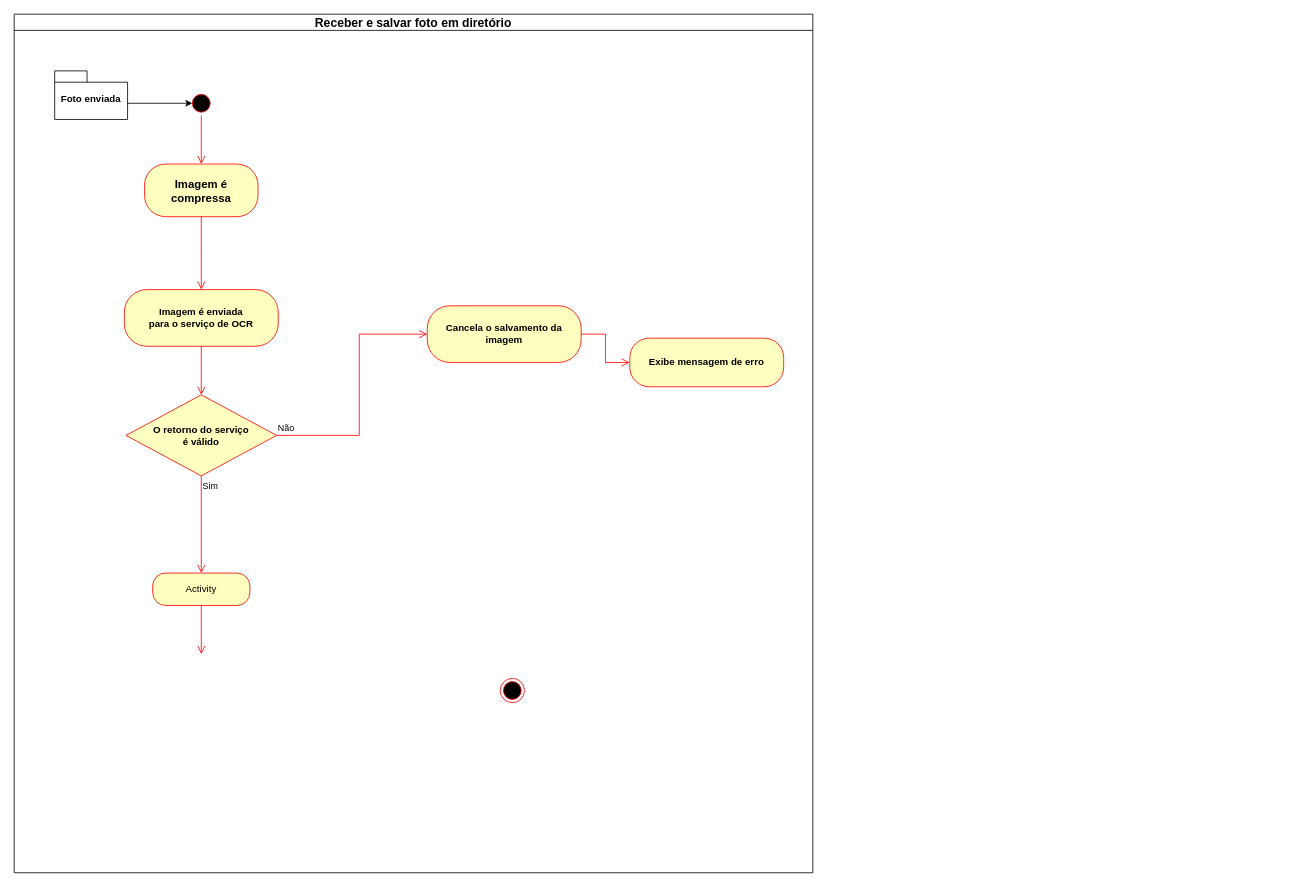
Earlier version of the draw.io diagram Atividade.drawio (zanellaz/javascripto). Source tidied: cells renumbered, new cells numbered last; positions are measured from the earlier drawing's top-left corner, leaving out a move shared by most shapes. Both pictures are drawn from the tidied source at 81%, with x=0, y=0 at pixel (14, 14).
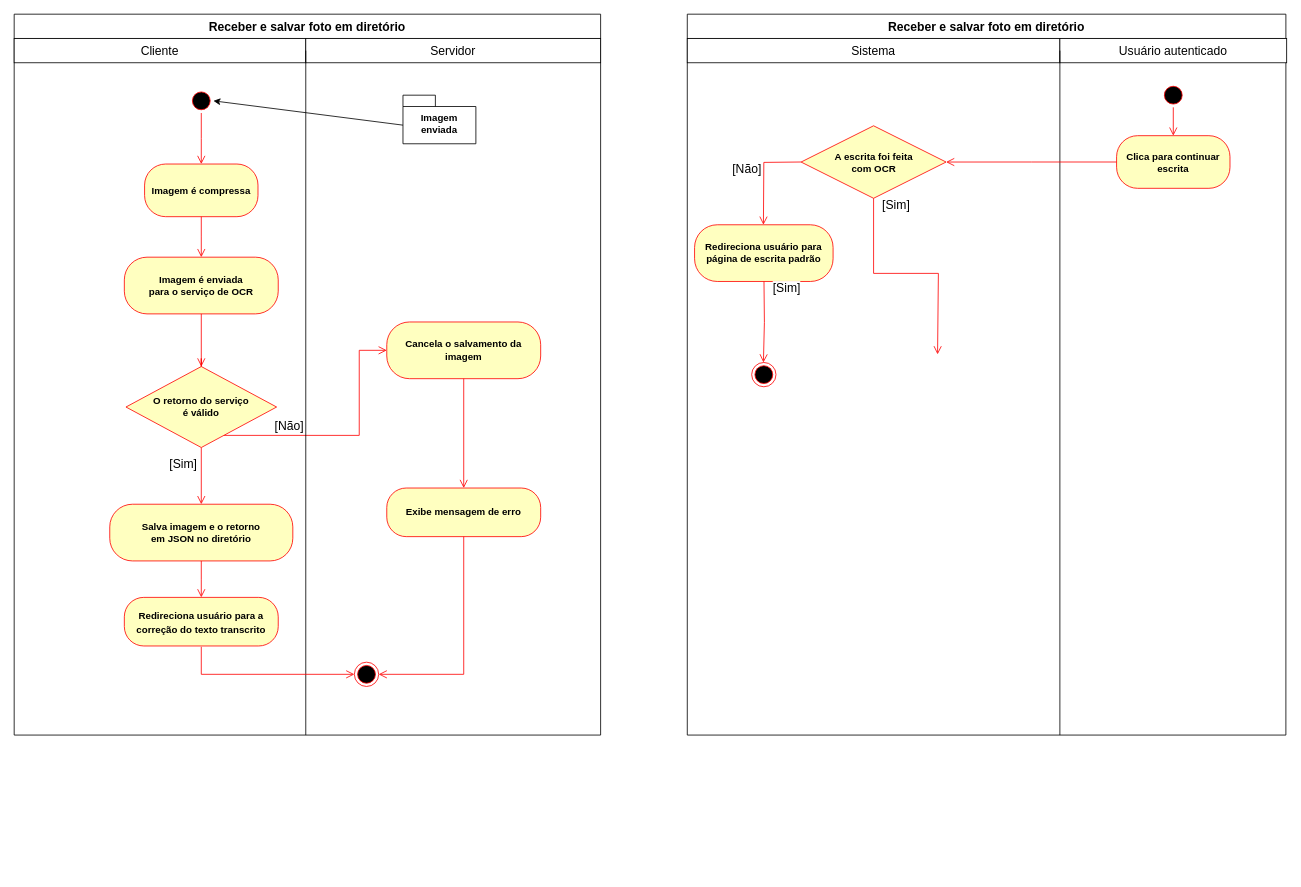
The same page after the edit.

Diff of the diagram source:
```diff
@@
-    <mxCell id="2" value="&lt;font style=&quot;font-size: 15px;&quot;&gt;Receber e salvar foto em diretório&lt;/font&gt;" style="swimlane;whiteSpace=wrap;html=1;startSize=20;" parent="1" vertex="1">
-      <mxGeometry width="986" height="1060" as="geometry" />
+    <mxCell id="2" value="&lt;font style=&quot;font-size: 15px;&quot;&gt;Receber e salvar foto em diretório&lt;/font&gt;" style="swimlane;whiteSpace=wrap;html=1;startSize=30;" parent="1" vertex="1">
+      <mxGeometry width="724" height="890" as="geometry" />
     </mxCell>
-    <mxCell id="3" value="Foto enviada " style="shape=folder;fontStyle=1;spacingTop=10;tabWidth=40;tabHeight=14;tabPosition=left;html=1;whiteSpace=wrap;" parent="2" vertex="1">
-      <mxGeometry x="50" y="70" width="90" height="60" as="geometry" />
+    <mxCell id="3" value="Imagem enviada " style="shape=folder;fontStyle=1;spacingTop=10;tabWidth=40;tabHeight=14;tabPosition=left;html=1;whiteSpace=wrap;" parent="2" vertex="1">
+      <mxGeometry x="480" y="100" width="90" height="60" as="geometry" />
     </mxCell>
     <mxCell id="4" style="ellipse;html=1;shape=startState;fillColor=#000000;strokeColor=#ff0000;" parent="2" vertex="1">
-      <mxGeometry x="216" y="95" width="30" height="30" as="geometry" />
+      <mxGeometry x="216" y="92" width="30" height="30" as="geometry" />
     </mxCell>
@@
-    <mxCell id="6" value="&lt;font style=&quot;font-size: 14px;&quot;&gt;&lt;b&gt;Imagem é compressa&lt;/b&gt;&lt;/font&gt;" style="rounded=1;whiteSpace=wrap;html=1;arcSize=40;fontColor=#000000;fillColor=#ffffc0;strokeColor=#ff0000;" parent="2" vertex="1">
+    <mxCell id="6" value="&lt;font size=&quot;1&quot;&gt;&lt;b style=&quot;font-size: 12px;&quot;&gt;Imagem é compressa&lt;/b&gt;&lt;/font&gt;" style="rounded=1;whiteSpace=wrap;html=1;arcSize=40;fontColor=#000000;fillColor=#ffffc0;strokeColor=#ff0000;" parent="2" vertex="1">
       <mxGeometry x="161" y="185" width="140" height="65" as="geometry" />
     </mxCell>
     <mxCell id="7" style="edgeStyle=orthogonalEdgeStyle;html=1;verticalAlign=bottom;endArrow=open;endSize=8;strokeColor=#ff0000;rounded=0;" parent="2" edge="1" source="6">
       <mxGeometry relative="1" as="geometry">
-        <mxPoint x="231" y="340" as="targetPoint" />
+        <mxPoint x="231" y="300" as="targetPoint" />
       </mxGeometry>
     </mxCell>
-    <mxCell id="8" style="ellipse;html=1;shape=endState;fillColor=#000000;strokeColor=#ff0000;" parent="2" vertex="1">
-      <mxGeometry x="600" y="820" width="30" height="30" as="geometry" />
-    </mxCell>
-    <mxCell id="9" style="endArrow=classic;html=1;rounded=0;" parent="2" edge="1">
-      <mxGeometry relative="1" as="geometry">
-        <mxPoint x="140" y="110" as="sourcePoint" />
-        <mxPoint x="220" y="110" as="targetPoint" />
-      </mxGeometry>
+    <mxCell id="9" style="endArrow=classic;html=1;rounded=0;entryX=1;entryY=0.5;entryDx=0;entryDy=0;exitX=0;exitY=0;exitDx=0;exitDy=37;exitPerimeter=0;" parent="2" edge="1" source="3" target="4">
+      <mxGeometry relative="1" as="geometry" />
     </mxCell>
-    <mxCell id="10" value="&lt;b&gt;Imagem é enviada &lt;br&gt;para o serviço de OCR&lt;/b&gt;" style="rounded=1;whiteSpace=wrap;html=1;arcSize=40;fontColor=#000000;fillColor=#ffffc0;strokeColor=#ff0000;" parent="2" vertex="1">
-      <mxGeometry x="136" y="340" width="190" height="70" as="geometry" />
+    <mxCell id="10" value="&lt;font style=&quot;font-size: 12px;&quot;&gt;&lt;b&gt;Imagem é enviada &lt;br&gt;para o serviço de OCR&lt;/b&gt;&lt;/font&gt;" style="rounded=1;whiteSpace=wrap;html=1;arcSize=40;fontColor=#000000;fillColor=#ffffc0;strokeColor=#ff0000;" parent="2" vertex="1">
+      <mxGeometry x="136" y="300" width="190" height="70" as="geometry" />
     </mxCell>
-    <mxCell id="11" style="edgeStyle=orthogonalEdgeStyle;html=1;verticalAlign=bottom;endArrow=open;endSize=8;strokeColor=#ff0000;rounded=0;" parent="2" edge="1" source="10">
+    <mxCell id="11" style="edgeStyle=orthogonalEdgeStyle;html=1;verticalAlign=bottom;endArrow=open;endSize=8;strokeColor=#ff0000;rounded=0;" parent="2" edge="1" source="12">
       <mxGeometry relative="1" as="geometry">
         <mxPoint x="231" y="470" as="targetPoint" />
       </mxGeometry>
     </mxCell>
-    <mxCell id="12" value="&lt;b&gt;O retorno do serviço&lt;br&gt; é válido&lt;/b&gt;" style="rhombus;whiteSpace=wrap;html=1;fontColor=#000000;fillColor=#ffffc0;strokeColor=#ff0000;" parent="2" vertex="1">
-      <mxGeometry x="138" y="470" width="186" height="100" as="geometry" />
-    </mxCell>
-    <mxCell id="13" value="Não" style="edgeStyle=orthogonalEdgeStyle;html=1;align=left;verticalAlign=bottom;endArrow=open;endSize=8;strokeColor=#ff0000;rounded=0;entryX=0;entryY=0.5;entryDx=0;entryDy=0;" parent="2" edge="1" source="12" target="15">
-      <mxGeometry x="-1" relative="1" as="geometry">
+    <mxCell id="13" value="&lt;font style=&quot;font-size: 15px;&quot;&gt;[&lt;/font&gt;&lt;font style=&quot;font-size: 15px;&quot;&gt;Não]&lt;/font&gt;" style="edgeStyle=orthogonalEdgeStyle;html=1;align=left;verticalAlign=bottom;endArrow=open;endSize=8;strokeColor=#ff0000;rounded=0;entryX=0;entryY=0.5;entryDx=0;entryDy=0;" parent="2" edge="1" source="12" target="15">
+      <mxGeometry x="-0.6" relative="1" as="geometry">
         <Array as="points">
           <mxPoint x="426" y="520" />
-          <mxPoint x="426" y="395" />
+          <mxPoint x="426" y="415" />
         </Array>
       </mxGeometry>
     </mxCell>
-    <mxCell id="14" value="Sim" style="edgeStyle=orthogonalEdgeStyle;html=1;align=left;verticalAlign=top;endArrow=open;endSize=8;strokeColor=#ff0000;rounded=0;" parent="2" edge="1" source="12">
-      <mxGeometry x="-1" relative="1" as="geometry">
-        <mxPoint x="231" y="690" as="targetPoint" />
-      </mxGeometry>
+    <mxCell id="14" value="&lt;font style=&quot;font-size: 15px;&quot;&gt;[&lt;/font&gt;&lt;font style=&quot;font-size: 15px;&quot;&gt;Sim]&lt;/font&gt;" style="edgeStyle=orthogonalEdgeStyle;html=1;align=left;verticalAlign=top;endArrow=open;endSize=8;strokeColor=#ff0000;rounded=0;entryX=0.5;entryY=0;entryDx=0;entryDy=0;" parent="2" edge="1" source="12" target="18">
+      <mxGeometry x="-0.86" y="-41" relative="1" as="geometry" />
     </mxCell>
     <mxCell id="15" value="&lt;b&gt;Cancela o salvamento da imagem&lt;br&gt;&lt;/b&gt;" style="rounded=1;whiteSpace=wrap;html=1;arcSize=40;fontColor=#000000;fillColor=#ffffc0;strokeColor=#ff0000;" parent="2" vertex="1">
-      <mxGeometry x="510" y="360" width="190" height="70" as="geometry" />
+      <mxGeometry x="460" y="380" width="190" height="70" as="geometry" />
     </mxCell>
     <mxCell id="16" value="&lt;b&gt;Exibe mensagem de erro&lt;/b&gt;" style="rounded=1;whiteSpace=wrap;html=1;arcSize=40;fontColor=#000000;fillColor=#ffffc0;strokeColor=#ff0000;" parent="2" vertex="1">
-      <mxGeometry x="760" y="400" width="190" height="60" as="geometry" />
+      <mxGeometry x="460" y="585" width="190" height="60" as="geometry" />
     </mxCell>
-    <mxCell id="17" style="edgeStyle=orthogonalEdgeStyle;html=1;verticalAlign=bottom;endArrow=open;endSize=8;strokeColor=#ff0000;rounded=0;exitX=1;exitY=0.5;exitDx=0;exitDy=0;entryX=0;entryY=0.5;entryDx=0;entryDy=0;" parent="2" edge="1" source="15" target="16">
+    <mxCell id="17" style="edgeStyle=orthogonalEdgeStyle;html=1;verticalAlign=bottom;endArrow=open;endSize=8;strokeColor=#ff0000;rounded=0;exitX=0.5;exitY=1;exitDx=0;exitDy=0;entryX=0.5;entryY=0;entryDx=0;entryDy=0;" parent="2" edge="1" source="15" target="16">
       <mxGeometry relative="1" as="geometry" />
     </mxCell>
-    <mxCell id="18" value="Activity" style="rounded=1;whiteSpace=wrap;html=1;arcSize=40;fontColor=#000000;fillColor=#ffffc0;strokeColor=#ff0000;" parent="2" vertex="1">
-      <mxGeometry x="171" y="690" width="120" height="40" as="geometry" />
+    <mxCell id="18" value="&lt;b&gt;Salva imagem e o retorno &lt;br&gt;em JSON no diretório&lt;br&gt;&lt;/b&gt;" style="rounded=1;whiteSpace=wrap;html=1;arcSize=40;fontColor=#000000;fillColor=#ffffc0;strokeColor=#ff0000;" parent="2" vertex="1">
+      <mxGeometry x="118" y="605" width="226" height="70" as="geometry" />
     </mxCell>
     <mxCell id="19" style="edgeStyle=orthogonalEdgeStyle;html=1;verticalAlign=bottom;endArrow=open;endSize=8;strokeColor=#ff0000;rounded=0;" parent="2" edge="1" source="18">
       <mxGeometry relative="1" as="geometry">
-        <mxPoint x="231" y="790" as="targetPoint" />
+        <mxPoint x="231" y="720" as="targetPoint" />
       </mxGeometry>
     </mxCell>
+    <mxCell id="20" style="edgeStyle=orthogonalEdgeStyle;html=1;verticalAlign=bottom;endArrow=open;endSize=8;strokeColor=#ff0000;rounded=0;" parent="2" edge="1" source="10" target="12">
+      <mxGeometry relative="1" as="geometry" />
+    </mxCell>
+    <mxCell id="12" value="&lt;font style=&quot;font-size: 12px;&quot;&gt;&lt;b&gt;O retorno do serviço&lt;br&gt; é válido&lt;/b&gt;&lt;/font&gt;" style="rhombus;whiteSpace=wrap;html=1;fontColor=#000000;fillColor=#ffffc0;strokeColor=#ff0000;" parent="2" vertex="1">
+      <mxGeometry x="138" y="435" width="186" height="100" as="geometry" />
+    </mxCell>
+    <mxCell id="21" style="ellipse;html=1;shape=endState;fillColor=#000000;strokeColor=#ff0000;" parent="2" vertex="1">
+      <mxGeometry x="420" y="800" width="30" height="30" as="geometry" />
+    </mxCell>
+    <mxCell id="22" value="&lt;font style=&quot;font-size: 14px;&quot;&gt;&lt;b style=&quot;font-size: 12px;&quot;&gt;&lt;font style=&quot;font-size: 12px;&quot;&gt;Redireciona usuário para a correção do texto transcrito&lt;br&gt;&lt;/font&gt;&lt;/b&gt;&lt;/font&gt;" style="rounded=1;whiteSpace=wrap;html=1;arcSize=40;fontColor=#000000;fillColor=#ffffc0;strokeColor=#ff0000;" parent="2" vertex="1">
+      <mxGeometry x="136" y="720" width="190" height="60" as="geometry" />
+    </mxCell>
+    <mxCell id="23" value="&lt;font style=&quot;font-size: 15px;&quot;&gt;Cliente&lt;/font&gt;" style="html=1;whiteSpace=wrap;" parent="2" vertex="1">
+      <mxGeometry y="30" width="360" height="30" as="geometry" />
+    </mxCell>
+    <mxCell id="24" value="&lt;font style=&quot;font-size: 15px;&quot;&gt;Servidor&lt;/font&gt;" style="html=1;whiteSpace=wrap;" parent="2" vertex="1">
+      <mxGeometry x="360" y="30" width="364" height="30" as="geometry" />
+    </mxCell>
+    <mxCell id="25" style="endArrow=none;html=1;rounded=0;entryX=1;entryY=0.5;entryDx=0;entryDy=0;" parent="2" edge="1">
+      <mxGeometry relative="1" as="geometry">
+        <mxPoint x="360" y="890" as="sourcePoint" />
+        <mxPoint x="360" y="45" as="targetPoint" />
+      </mxGeometry>
+    </mxCell>
+    <mxCell id="26" style="edgeStyle=orthogonalEdgeStyle;html=1;verticalAlign=bottom;endArrow=open;endSize=8;strokeColor=#ff0000;rounded=0;exitX=0.5;exitY=1;exitDx=0;exitDy=0;entryX=1;entryY=0.5;entryDx=0;entryDy=0;" parent="2" edge="1" source="16" target="21">
+      <mxGeometry relative="1" as="geometry" />
+    </mxCell>
+    <mxCell id="27" value="&lt;font style=&quot;font-size: 15px;&quot;&gt;Receber e salvar foto em diretório&lt;/font&gt;" style="swimlane;whiteSpace=wrap;html=1;startSize=30;" parent="1" vertex="1">
+      <mxGeometry x="831" width="739" height="890" as="geometry" />
+    </mxCell>
+    <mxCell id="28" style="ellipse;html=1;shape=startState;fillColor=#000000;strokeColor=#ff0000;" parent="27" vertex="1">
+      <mxGeometry x="585" y="85" width="30" height="30" as="geometry" />
+    </mxCell>
+    <mxCell id="29" style="edgeStyle=orthogonalEdgeStyle;html=1;verticalAlign=bottom;endArrow=open;endSize=8;strokeColor=#ff0000;rounded=0;exitX=0.5;exitY=1;exitDx=0;exitDy=0;entryX=0.5;entryY=0;entryDx=0;entryDy=0;" parent="27" edge="1" source="28" target="30">
+      <mxGeometry relative="1" as="geometry" />
+    </mxCell>
+    <mxCell id="30" value="&lt;b style=&quot;&quot;&gt;Clica para continuar escrita&lt;br&gt;&lt;/b&gt;" style="rounded=1;whiteSpace=wrap;html=1;arcSize=40;fontColor=#000000;fillColor=#ffffc0;strokeColor=#ff0000;" parent="27" vertex="1">
+      <mxGeometry x="530" y="150" width="140" height="65" as="geometry" />
+    </mxCell>
+    <mxCell id="31" value="&lt;b&gt;Redireciona usuário para página de escrita padrão&lt;br&gt;&lt;/b&gt;" style="rounded=1;whiteSpace=wrap;html=1;arcSize=40;fontColor=#000000;fillColor=#ffffc0;strokeColor=#ff0000;" parent="27" vertex="1">
+      <mxGeometry x="9" y="260" width="171" height="70" as="geometry" />
+    </mxCell>
+    <mxCell id="32" value="&lt;font size=&quot;1&quot;&gt;&lt;span style=&quot;font-size: 15px;&quot;&gt;Sistema&lt;/span&gt;&lt;/font&gt;" style="html=1;whiteSpace=wrap;" parent="27" vertex="1">
+      <mxGeometry y="30" width="460" height="30" as="geometry" />
+    </mxCell>
+    <mxCell id="33" value="&lt;font style=&quot;font-size: 15px;&quot;&gt;Usuário autenticado&lt;/font&gt;" style="html=1;whiteSpace=wrap;" parent="27" vertex="1">
+      <mxGeometry x="460" y="30" width="280" height="30" as="geometry" />
+    </mxCell>
+    <mxCell id="34" style="endArrow=none;html=1;rounded=0;entryX=1;entryY=0.5;entryDx=0;entryDy=0;" parent="27" edge="1" target="32">
+      <mxGeometry relative="1" as="geometry">
+        <mxPoint x="460" y="890" as="sourcePoint" />
+      </mxGeometry>
+    </mxCell>
+    <mxCell id="35" value="&lt;font style=&quot;font-size: 15px;&quot;&gt;[Não]&lt;/font&gt;" style="edgeStyle=orthogonalEdgeStyle;html=1;align=left;verticalAlign=bottom;endArrow=open;endSize=8;strokeColor=#ff0000;rounded=0;exitX=0;exitY=0.5;exitDx=0;exitDy=0;entryX=0.5;entryY=0;entryDx=0;entryDy=0;" parent="27" edge="1">
+      <mxGeometry x="0.08" y="-40" relative="1" as="geometry">
+        <mxPoint x="140.5" y="182.5" as="sourcePoint" />
+        <mxPoint x="94" y="260" as="targetPoint" />
+      </mxGeometry>
+    </mxCell>
+    <mxCell id="36" value="&lt;font style=&quot;font-size: 15px;&quot;&gt;[Sim]&lt;/font&gt;" style="edgeStyle=orthogonalEdgeStyle;html=1;align=left;verticalAlign=top;endArrow=open;endSize=8;strokeColor=#ff0000;rounded=0;exitX=0.5;exitY=1;exitDx=0;exitDy=0;" parent="27" edge="1">
+      <mxGeometry x="-1" y="12" relative="1" as="geometry">
+        <mxPoint x="230" y="227.2" as="sourcePoint" />
+        <mxPoint x="309" y="420" as="targetPoint" />
+        <Array as="points">
+          <mxPoint x="230" y="320" />
+          <mxPoint x="310" y="320" />
+          <mxPoint x="310" y="420" />
+        </Array>
+        <mxPoint x="-3" y="-7" as="offset" />
+      </mxGeometry>
+    </mxCell>
+    <mxCell id="37" value="&lt;font style=&quot;font-size: 15px;&quot;&gt;[Sim]&lt;/font&gt;" style="edgeStyle=orthogonalEdgeStyle;html=1;align=left;verticalAlign=top;endArrow=open;endSize=8;strokeColor=#ff0000;rounded=0;exitX=0.5;exitY=1;exitDx=0;exitDy=0;" parent="27" edge="1">
+      <mxGeometry x="-1" y="12" relative="1" as="geometry">
+        <mxPoint x="94.7" y="330" as="sourcePoint" />
+        <mxPoint x="94" y="430" as="targetPoint" />
+        <mxPoint x="-3" y="-7" as="offset" />
+      </mxGeometry>
+    </mxCell>
+    <mxCell id="38" style="ellipse;html=1;shape=endState;fillColor=#000000;strokeColor=#ff0000;" parent="27" vertex="1">
+      <mxGeometry x="79.5" y="430" width="30" height="30" as="geometry" />
+    </mxCell>
+    <mxCell id="39" style="edgeStyle=orthogonalEdgeStyle;html=1;verticalAlign=bottom;endArrow=open;endSize=8;strokeColor=#ff0000;rounded=0;entryX=0;entryY=0.5;entryDx=0;entryDy=0;" parent="1" edge="1" target="21">
+      <mxGeometry relative="1" as="geometry">
+        <mxPoint x="231" y="781" as="sourcePoint" />
+        <Array as="points">
+          <mxPoint x="231" y="815" />
+        </Array>
+      </mxGeometry>
+    </mxCell>
+    <mxCell id="40" value="&lt;b&gt;A escrita foi feita &lt;br&gt;com OCR&lt;/b&gt;" style="rhombus;whiteSpace=wrap;html=1;fontColor=#000000;fillColor=#ffffc0;strokeColor=#ff0000;" parent="1" vertex="1">
+      <mxGeometry x="971.5" y="137.8" width="179" height="89.5" as="geometry" />
+    </mxCell>
+    <mxCell id="41" style="edgeStyle=orthogonalEdgeStyle;html=1;verticalAlign=bottom;endArrow=open;endSize=8;strokeColor=#ff0000;rounded=0;entryX=1;entryY=0.5;entryDx=0;entryDy=0;" parent="1" edge="1" source="30" target="40">
+      <mxGeometry relative="1" as="geometry" />
+    </mxCell>
```
